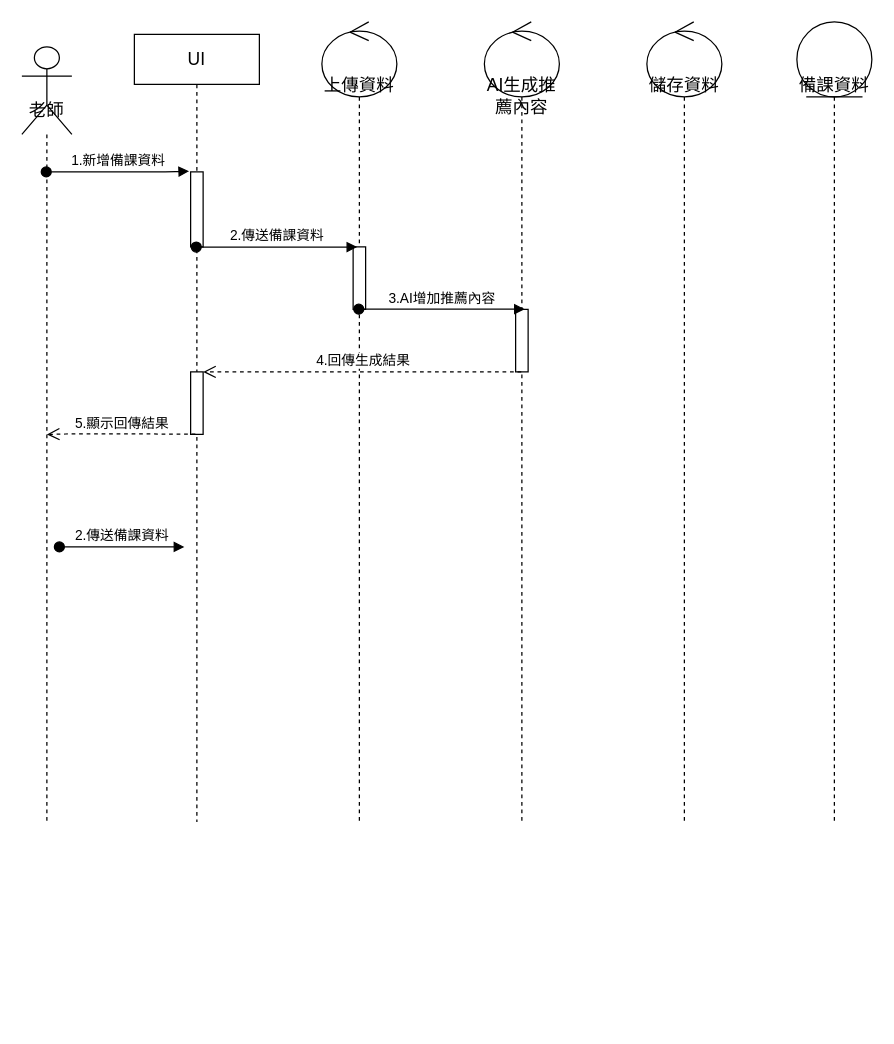
Kevincheng0804/System-analysis keeps this draw.io diagram as AC循序圖(蒐集備課資料).drawio. Above is the earlier version. Source tidied: cells renumbered, new cells numbered last; positions are measured from the earlier drawing's top-left corner, leaving out a move shared by most shapes. Both pictures are drawn from the tidied source at 125%, with x=0, y=0 at pixel (21, 21).
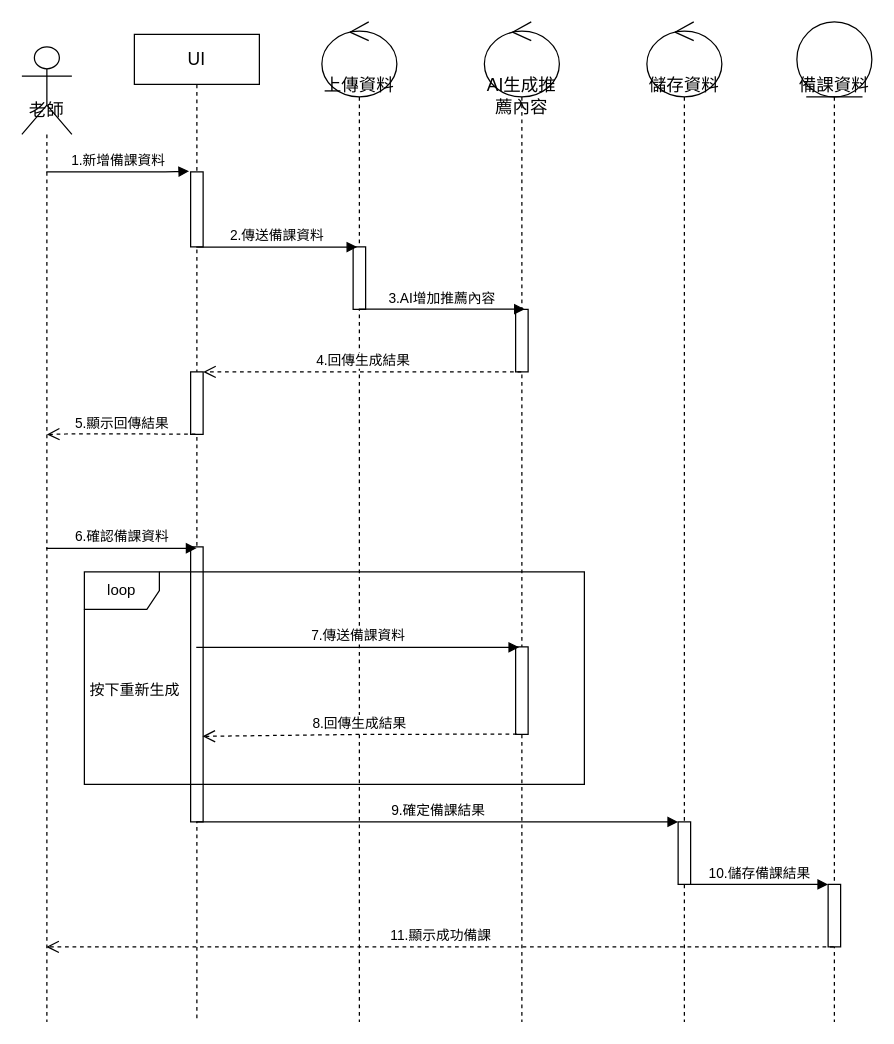
Above is the later version.

Unchanged cells that the change refers to:
```xml
<mxCell id="4" style="html=1;points=[];perimeter=orthogonalPerimeter;" parent="3" vertex="1">
  <mxGeometry x="45" y="110" width="10" height="60" as="geometry" />
</mxCell>
<mxCell id="8" style="html=1;points=[];perimeter=orthogonalPerimeter;" parent="7" vertex="1">
  <mxGeometry x="25" y="180" width="10" height="50" as="geometry" />
</mxCell>
<mxCell id="10" style="html=1;points=[];perimeter=orthogonalPerimeter;" parent="9" vertex="1">
  <mxGeometry x="25" y="230" width="10" height="50" as="geometry" />
</mxCell>
```

Change to the diagram source:
```diff
@@
     <mxCell id="2" value="&lt;font style=&quot;font-size: 14px;&quot;&gt;老師&lt;/font&gt;" style="shape=umlLifeline;participant=umlActor;perimeter=lifelinePerimeter;whiteSpace=wrap;html=1;verticalAlign=top;spacingTop=36;outlineConnect=0;size=70;" parent="1" vertex="1">
-      <mxGeometry y="20" width="40" height="620" as="geometry" />
+      <mxGeometry y="20" width="40" height="780" as="geometry" />
     </mxCell>
     <mxCell id="3" value="UI" style="shape=umlLifeline;perimeter=lifelinePerimeter;whiteSpace=wrap;html=1;outlineConnect=0;fontSize=14;" parent="1" vertex="1">
-      <mxGeometry x="90" y="10" width="100" height="630" as="geometry" />
+      <mxGeometry x="90" y="10" width="100" height="790" as="geometry" />
     </mxCell>
@@
-    <mxCell id="6" value="2.傳送備課資料" style="html=1;verticalAlign=bottom;startArrow=oval;startFill=1;endArrow=block;startSize=8;" parent="3" edge="1">
-      <mxGeometry relative="1" as="geometry">
-        <mxPoint x="-60" y="410" as="sourcePoint" />
-        <mxPoint x="40" y="410" as="targetPoint" />
-      </mxGeometry>
-    </mxCell>
+    <mxCell id="18" style="html=1;points=[];perimeter=orthogonalPerimeter;" parent="3" vertex="1">
+      <mxGeometry x="45" y="410" width="10" height="220" as="geometry" />
+    </mxCell>
     <mxCell id="7" value="上傳資料" style="shape=umlLifeline;participant=umlControl;perimeter=lifelinePerimeter;whiteSpace=wrap;html=1;verticalAlign=top;spacingTop=36;outlineConnect=0;fontSize=14;size=60;align=center;" parent="1" vertex="1">
-      <mxGeometry x="240" width="60" height="640" as="geometry" />
+      <mxGeometry x="240" width="60" height="800" as="geometry" />
     </mxCell>
@@
     <mxCell id="9" value="AI生成推薦內容" style="shape=umlLifeline;participant=umlControl;perimeter=lifelinePerimeter;whiteSpace=wrap;html=1;verticalAlign=top;spacingTop=36;outlineConnect=0;fontSize=14;size=60;align=center;" parent="1" vertex="1">
-      <mxGeometry x="370" width="60" height="640" as="geometry" />
+      <mxGeometry x="370" width="60" height="800" as="geometry" />
     </mxCell>
@@
+    <mxCell id="19" style="html=1;points=[];perimeter=orthogonalPerimeter;" parent="9" vertex="1">
+      <mxGeometry x="25" y="500" width="10" height="70" as="geometry" />
+    </mxCell>
     <mxCell id="11" value="儲存資料" style="shape=umlLifeline;participant=umlControl;perimeter=lifelinePerimeter;whiteSpace=wrap;html=1;verticalAlign=top;spacingTop=36;fontSize=14;size=60;align=center;" parent="1" vertex="1">
-      <mxGeometry x="500" width="60" height="640" as="geometry" />
+      <mxGeometry x="500" width="60" height="800" as="geometry" />
     </mxCell>
+    <mxCell id="20" style="html=1;points=[];perimeter=orthogonalPerimeter;" parent="11" vertex="1">
+      <mxGeometry x="25" y="640" width="10" height="50" as="geometry" />
+    </mxCell>
     <mxCell id="12" value="備課資料" style="shape=umlLifeline;participant=umlEntity;perimeter=lifelinePerimeter;whiteSpace=wrap;html=1;verticalAlign=top;spacingTop=36;outlineConnect=0;fontSize=14;size=60;" parent="1" vertex="1">
-      <mxGeometry x="620" width="60" height="640" as="geometry" />
+      <mxGeometry x="620" width="60" height="800" as="geometry" />
     </mxCell>
+    <mxCell id="21" style="html=1;points=[];perimeter=orthogonalPerimeter;" parent="12" vertex="1">
+      <mxGeometry x="25" y="690" width="10" height="50" as="geometry" />
+    </mxCell>
-    <mxCell id="13" value="1.新增備課資料" style="html=1;verticalAlign=bottom;startArrow=oval;startFill=1;endArrow=block;startSize=8;entryX=-0.122;entryY=-0.009;entryDx=0;entryDy=0;entryPerimeter=0;" parent="1" edge="1" source="2" target="4">
+    <mxCell id="13" value="1.新增備課資料" style="html=1;verticalAlign=bottom;startArrow=none;startFill=0;endArrow=block;startSize=8;entryX=-0.122;entryY=-0.009;entryDx=0;entryDy=0;entryPerimeter=0;" parent="1" edge="1" source="2" target="4">
       <mxGeometry relative="1" as="geometry">
         <Array as="points">
           <mxPoint x="120" y="120" />
         </Array>
       </mxGeometry>
     </mxCell>
-    <mxCell id="14" value="2.傳送備課資料" style="html=1;verticalAlign=bottom;startArrow=oval;startFill=1;endArrow=block;startSize=8;entryX=0.33;entryY=0.003;entryDx=0;entryDy=0;entryPerimeter=0;" parent="1" edge="1" source="3" target="8">
+    <mxCell id="14" value="2.傳送備課資料" style="html=1;verticalAlign=bottom;startArrow=none;startFill=0;endArrow=block;startSize=8;entryX=0.33;entryY=0.003;entryDx=0;entryDy=0;entryPerimeter=0;" parent="1" edge="1" source="3" target="8">
       <mxGeometry relative="1" as="geometry" />
     </mxCell>
-    <mxCell id="15" value="3.AI增加推薦內容" style="html=1;verticalAlign=bottom;startArrow=oval;startFill=1;endArrow=block;startSize=8;entryX=0.735;entryY=-0.004;entryDx=0;entryDy=0;entryPerimeter=0;" parent="1" edge="1" source="7" target="10">
+    <mxCell id="15" value="3.AI增加推薦內容" style="html=1;verticalAlign=bottom;startArrow=none;startFill=0;endArrow=block;startSize=8;entryX=0.735;entryY=-0.004;entryDx=0;entryDy=0;entryPerimeter=0;" parent="1" edge="1" source="7" target="10">
       <mxGeometry relative="1" as="geometry" />
     </mxCell>
@@
+    <mxCell id="6" value="6.確認備課資料" style="html=1;verticalAlign=bottom;startArrow=none;startFill=0;endArrow=block;startSize=8;entryX=0.473;entryY=0.005;entryDx=0;entryDy=0;entryPerimeter=0;" parent="1" edge="1" source="2" target="18">
+      <mxGeometry relative="1" as="geometry" />
+    </mxCell>
+    <mxCell id="22" value="7.傳送備課資料" style="html=1;verticalAlign=bottom;startArrow=none;startFill=0;endArrow=block;startSize=8;entryX=0.283;entryY=0.005;entryDx=0;entryDy=0;entryPerimeter=0;" parent="1" edge="1" source="3" target="19">
+      <mxGeometry relative="1" as="geometry" />
+    </mxCell>
+    <mxCell id="23" value="loop" style="shape=umlFrame;whiteSpace=wrap;html=1;" parent="1" vertex="1">
+      <mxGeometry x="50" y="440" width="400" height="170" as="geometry" />
+    </mxCell>
+    <mxCell id="24" value="8.回傳生成結果" style="html=1;verticalAlign=bottom;endArrow=open;dashed=1;endSize=8;exitX=0.092;exitY=0.997;exitDx=0;exitDy=0;exitPerimeter=0;entryX=0.949;entryY=0.689;entryDx=0;entryDy=0;entryPerimeter=0;" parent="1" edge="1" source="19" target="18">
+      <mxGeometry relative="1" as="geometry">
+        <Array as="points">
+          <mxPoint x="275" y="570" />
+        </Array>
+      </mxGeometry>
+    </mxCell>
+    <mxCell id="25" value="按下重新生成" style="text;html=1;align=center;verticalAlign=middle;strokeColor=none;fillColor=none;" parent="1" vertex="1">
+      <mxGeometry x="40" y="520" width="100" height="30" as="geometry" />
+    </mxCell>
+    <mxCell id="26" value="9.確定備課結果" style="html=1;verticalAlign=bottom;startArrow=none;startFill=0;endArrow=block;startSize=8;" parent="1" edge="1" source="3" target="20">
+      <mxGeometry relative="1" as="geometry" />
+    </mxCell>
+    <mxCell id="27" value="10.儲存備課結果" style="html=1;verticalAlign=bottom;startArrow=none;startFill=0;endArrow=block;startSize=8;" parent="1" edge="1" source="20" target="21">
+      <mxGeometry relative="1" as="geometry" />
+    </mxCell>
+    <mxCell id="28" value="11.顯示成功備課" style="html=1;verticalAlign=bottom;endArrow=open;dashed=1;endSize=8;" parent="1" edge="1" source="12" target="2">
+      <mxGeometry relative="1" as="geometry">
+        <Array as="points">
+          <mxPoint x="535" y="740" />
+        </Array>
+      </mxGeometry>
+    </mxCell>
```
